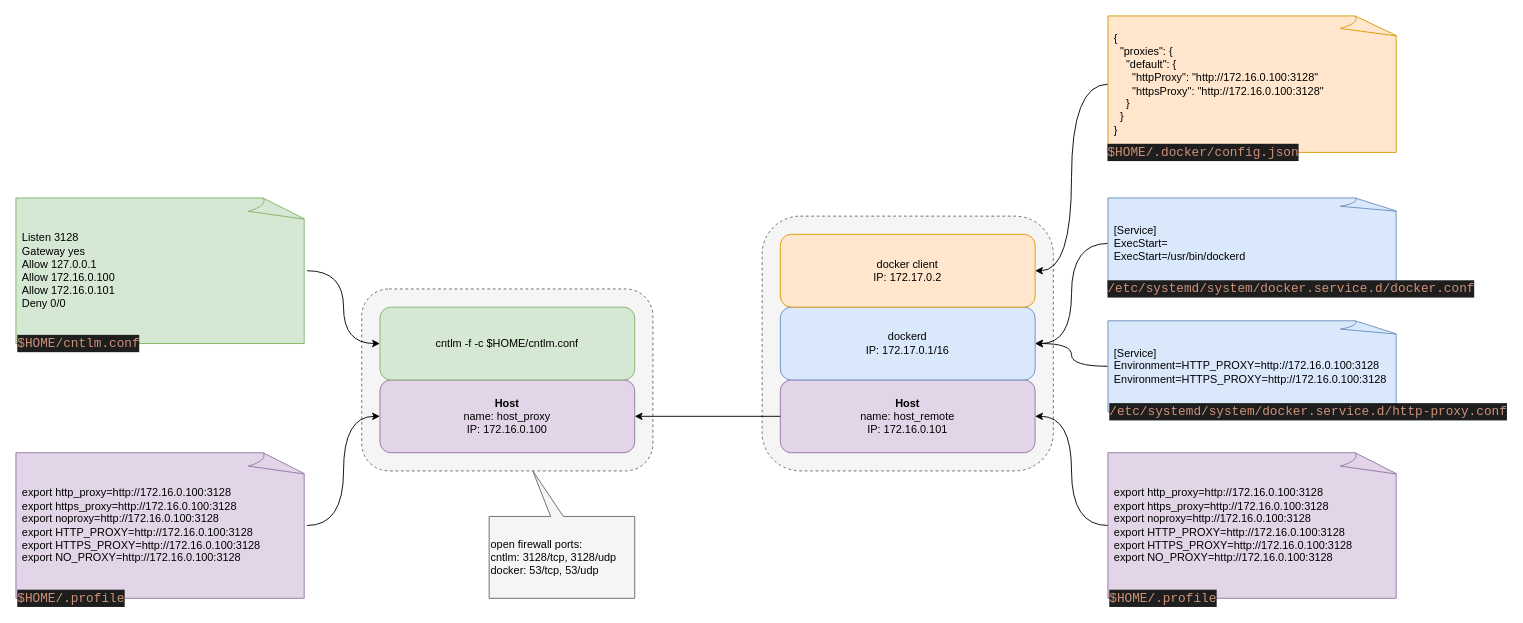
Above: docs/ProxyConfiguration.drawio in greenthegarden/ansible-proxy-test (draw.io), before the change. Source tidied: cells renumbered, new cells numbered last; positions are measured from the earlier drawing's top-left corner, leaving out a move shared by most shapes. Both pictures are drawn from the tidied source at 91%, with x=0, y=0 at pixel (15, 15).
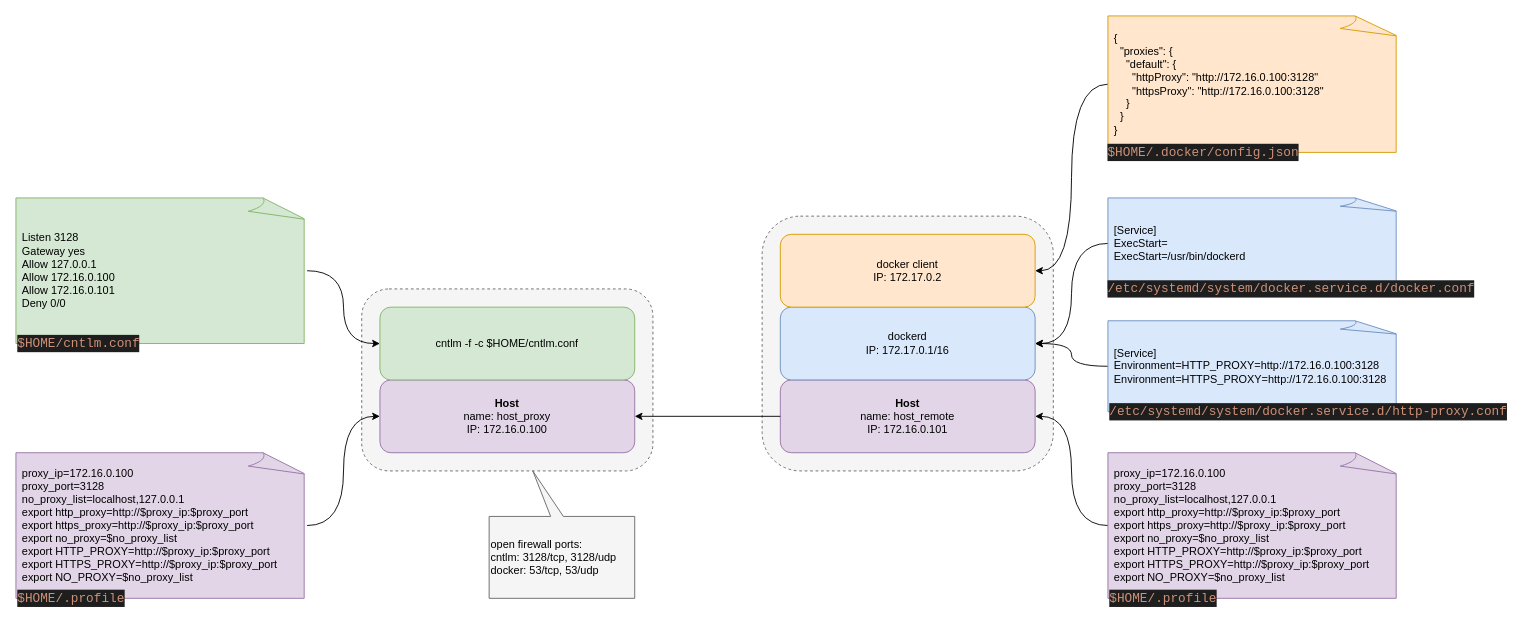
The same page after the edit.

Commit message (it also covers changes not shown here):
updated environment proxy settings

The change refers to these unchanged cells:
```xml
<mxCell id="26" style="group;" parent="1" vertex="1">
  <mxGeometry x="1200" y="480" width="320" height="170" as="geometry" />
</mxCell>
<mxCell id="29" style="group;" parent="1" vertex="1">
  <mxGeometry y="480" width="320" height="170" as="geometry" />
</mxCell>
```

Diff of the diagram source:
```diff
@@
-    <mxCell id="27" value="export http_proxy=http://172.16.0.100:3128&lt;br&gt;export&amp;nbsp;https_proxy=http://172.16.0.100:3128&lt;br&gt;export&amp;nbsp;noproxy=http://172.16.0.100:3128&lt;br&gt;export&amp;nbsp;HTTP_PROXY=http://172.16.0.100:3128&lt;br&gt;export&amp;nbsp;HTTPS_PROXY=http://172.16.0.100:3128&lt;br&gt;export&amp;nbsp;NO_PROXY=http://172.16.0.100:3128" style="whiteSpace=wrap;html=1;shape=mxgraph.basic.document;align=left;spacingLeft=5;fillColor=#e1d5e7;strokeColor=#9673a6;" parent="26" vertex="1">
+    <mxCell id="27" value="proxy_ip=172.16.0.100&lt;br&gt;proxy_port=3128&lt;br&gt;no_proxy_list=localhost,127.0.0.1&lt;br&gt;export http_proxy=http://$proxy_ip:$proxy_port&lt;br&gt;export&amp;nbsp;https_proxy=http://$proxy_ip:$proxy_port&lt;br&gt;export&amp;nbsp;no_proxy=$no_proxy_list&lt;br&gt;export&amp;nbsp;HTTP_PROXY=http://$proxy_ip:$proxy_port&lt;br&gt;export&amp;nbsp;HTTPS_PROXY=http://$proxy_ip:$proxy_port&lt;br&gt;export&amp;nbsp;NO_PROXY=$no_proxy_list" style="whiteSpace=wrap;html=1;shape=mxgraph.basic.document;align=left;spacingLeft=5;fillColor=#e1d5e7;strokeColor=#9673a6;" parent="26" vertex="1">
       <mxGeometry width="320" height="160" as="geometry" />
     </mxCell>
@@
-    <mxCell id="30" value="export http_proxy=http://172.16.0.100:3128&lt;br&gt;export&amp;nbsp;https_proxy=http://172.16.0.100:3128&lt;br&gt;export&amp;nbsp;noproxy=http://172.16.0.100:3128&lt;br&gt;export&amp;nbsp;HTTP_PROXY=http://172.16.0.100:3128&lt;br&gt;export&amp;nbsp;HTTPS_PROXY=http://172.16.0.100:3128&lt;br&gt;export&amp;nbsp;NO_PROXY=http://172.16.0.100:3128" style="whiteSpace=wrap;html=1;shape=mxgraph.basic.document;align=left;spacingLeft=5;fillColor=#e1d5e7;strokeColor=#9673a6;" parent="29" vertex="1">
+    <mxCell id="30" value="proxy_ip=172.16.0.100&lt;br&gt;proxy_port=3128&lt;br&gt;no_proxy_list=localhost,127.0.0.1&lt;br&gt;export http_proxy=http://$proxy_ip:$proxy_port&lt;br&gt;export&amp;nbsp;https_proxy=http://$proxy_ip:$proxy_port&lt;br&gt;export&amp;nbsp;no_proxy=$no_proxy_list&lt;br&gt;export&amp;nbsp;HTTP_PROXY=http://$proxy_ip:$proxy_port&lt;br&gt;export&amp;nbsp;HTTPS_PROXY=http://$proxy_ip:$proxy_port&lt;br&gt;export&amp;nbsp;NO_PROXY=$no_proxy_list" style="whiteSpace=wrap;html=1;shape=mxgraph.basic.document;align=left;spacingLeft=5;fillColor=#e1d5e7;strokeColor=#9673a6;" parent="29" vertex="1">
       <mxGeometry width="320" height="160" as="geometry" />
     </mxCell>
```
